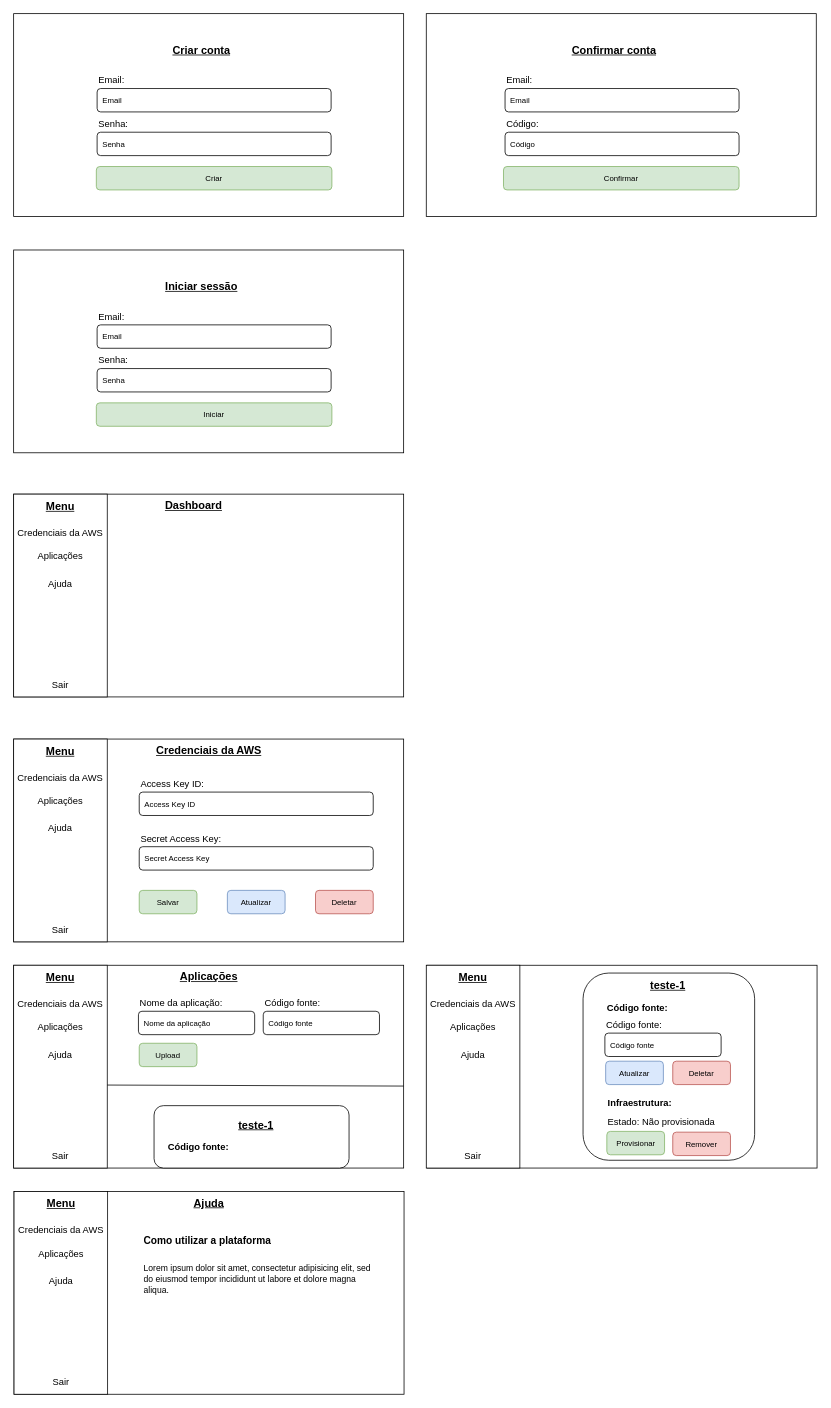
This is page "TES-Frontend-Pages" (2 of 2) of docs/tes-frontend.drawio from alvarengacarlos/TES-Test-Environment-Sector-Frontend, a draw.io file, before an edit. Source tidied: cells renumbered, new cells numbered last; positions are measured from the earlier drawing's top-left corner, leaving out a move shared by most shapes. Both pictures are drawn from the tidied source at 78%, with x=0, y=0 at pixel (13, 13).
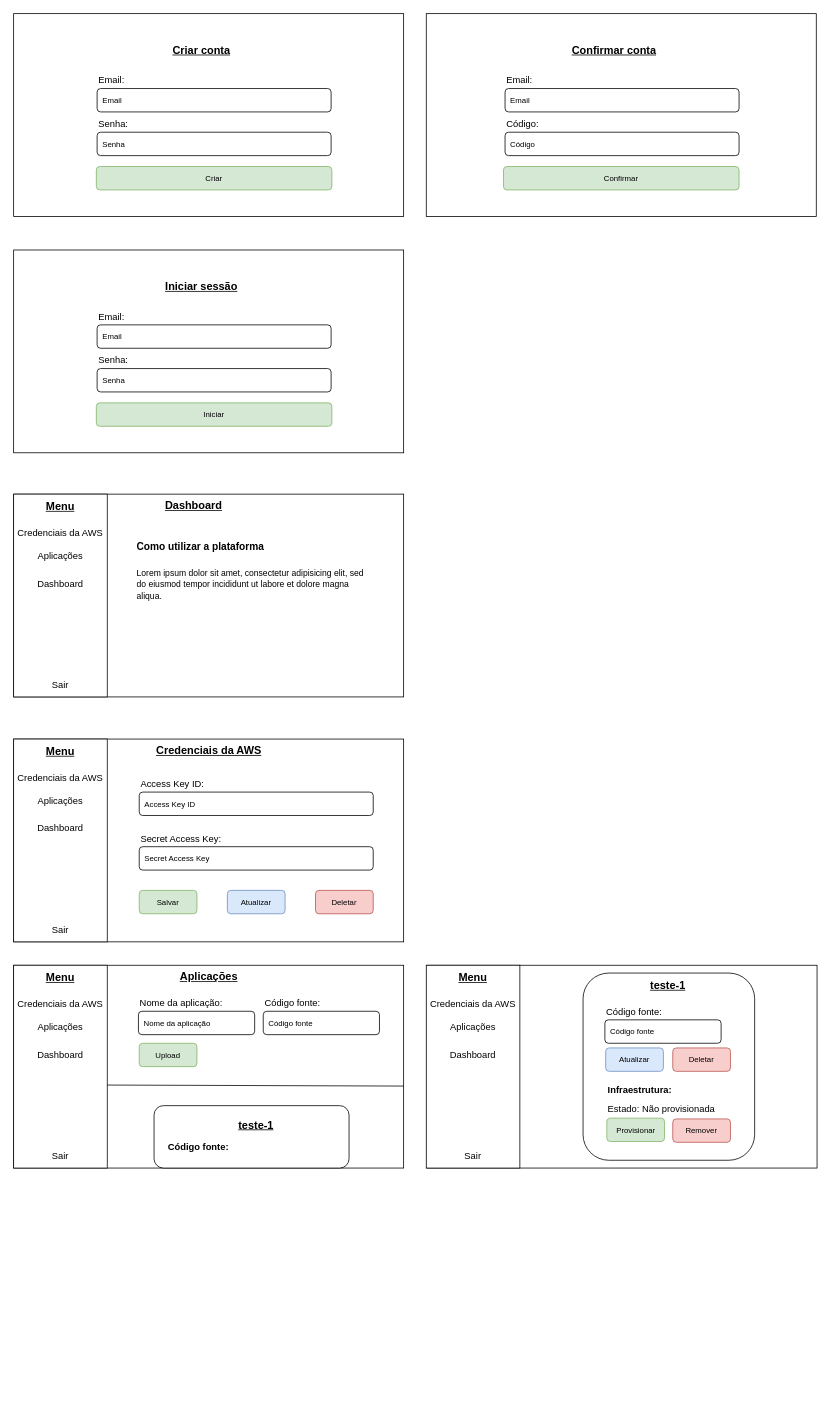
Above is the later version.

Change to the diagram source:
```diff
@@
     <mxCell id="19" value="Infraestrutura:" style="text;html=1;strokeColor=none;fillColor=none;align=left;verticalAlign=middle;whiteSpace=wrap;rounded=0;fontStyle=1;" parent="1" vertex="1">
-      <mxGeometry x="760" y="1382" width="95" height="29" as="geometry" />
+      <mxGeometry x="760" y="1365" width="95" height="29" as="geometry" />
     </mxCell>
     <mxCell id="20" value="Deletar" style="text;html=1;strokeColor=#b85450;fillColor=#f8cecc;align=center;verticalAlign=middle;whiteSpace=wrap;rounded=1;fontSize=10;" parent="1" vertex="1">
-      <mxGeometry x="845" y="1343" width="74" height="30" as="geometry" />
+      <mxGeometry x="845" y="1326" width="74" height="30" as="geometry" />
     </mxCell>
-    <mxCell id="21" value="Código fonte:" style="text;html=1;strokeColor=none;fillColor=none;align=left;verticalAlign=middle;whiteSpace=wrap;rounded=0;fontStyle=1;" parent="1" vertex="1">
-      <mxGeometry x="759" y="1265" width="95" height="20" as="geometry" />
-    </mxCell>
     <mxCell id="22" value="Provisionar" style="text;html=1;strokeColor=#82b366;fillColor=#d5e8d4;align=center;verticalAlign=middle;whiteSpace=wrap;rounded=1;fontSize=10;" parent="1" vertex="1">
-      <mxGeometry x="760.5" y="1433" width="74" height="30" as="geometry" />
+      <mxGeometry x="760.5" y="1416" width="74" height="30" as="geometry" />
     </mxCell>
     <mxCell id="23" value="Remover" style="text;html=1;strokeColor=#b85450;fillColor=#f8cecc;align=center;verticalAlign=middle;whiteSpace=wrap;rounded=1;fontSize=10;" parent="1" vertex="1">
-      <mxGeometry x="845" y="1434" width="74" height="30" as="geometry" />
+      <mxGeometry x="845" y="1417" width="74" height="30" as="geometry" />
     </mxCell>
     <mxCell id="24" value="Atualizar" style="text;html=1;strokeColor=#6c8ebf;fillColor=#dae8fc;align=center;verticalAlign=middle;whiteSpace=wrap;rounded=1;fontSize=10;" parent="1" vertex="1">
-      <mxGeometry x="759" y="1343" width="74" height="30" as="geometry" />
+      <mxGeometry x="759" y="1326" width="74" height="30" as="geometry" />
     </mxCell>
     <mxCell id="25" value="Estado: Não provisionada" style="text;html=1;strokeColor=none;fillColor=none;align=left;verticalAlign=middle;whiteSpace=wrap;rounded=0;" parent="1" vertex="1">
-      <mxGeometry x="759.5" y="1406" width="139.5" height="29" as="geometry" />
+      <mxGeometry x="759.5" y="1389" width="139.5" height="29" as="geometry" />
     </mxCell>
@@
     <mxCell id="55" value="&lt;font style=&quot;font-size: 10px;&quot;&gt;Código fonte&lt;/font&gt;" style="rounded=1;whiteSpace=wrap;html=1;align=left;spacingLeft=5;" parent="1" vertex="1">
-      <mxGeometry x="758" y="1307" width="149" height="30" as="geometry" />
+      <mxGeometry x="758" y="1290" width="149" height="30" as="geometry" />
     </mxCell>
     <mxCell id="56" value="Código fonte:" style="text;html=1;strokeColor=none;fillColor=none;align=left;verticalAlign=middle;whiteSpace=wrap;rounded=0;" parent="1" vertex="1">
-      <mxGeometry x="758" y="1287" width="110" height="20" as="geometry" />
+      <mxGeometry x="758" y="1270" width="110" height="20" as="geometry" />
     </mxCell>
-    <mxCell id="57" value="Ajuda" style="text;html=1;strokeColor=none;fillColor=none;align=center;verticalAlign=middle;whiteSpace=wrap;rounded=0;" parent="1" vertex="1">
+    <mxCell id="57" value="Dashboard" style="text;html=1;strokeColor=none;fillColor=none;align=center;verticalAlign=middle;whiteSpace=wrap;rounded=0;" parent="1" vertex="1">
       <mxGeometry y="1320" width="120" height="30" as="geometry" />
     </mxCell>
@@
-    <mxCell id="66" value="Ajuda" style="text;html=1;strokeColor=none;fillColor=none;align=center;verticalAlign=middle;whiteSpace=wrap;rounded=0;" parent="1" vertex="1">
+    <mxCell id="66" value="Dashboard" style="text;html=1;strokeColor=none;fillColor=none;align=center;verticalAlign=middle;whiteSpace=wrap;rounded=0;" parent="1" vertex="1">
       <mxGeometry x="529" y="1320" width="120" height="30" as="geometry" />
     </mxCell>
@@
-    <mxCell id="71" value="Ajuda" style="text;html=1;strokeColor=none;fillColor=none;align=center;verticalAlign=middle;whiteSpace=wrap;rounded=0;" parent="1" vertex="1">
+    <mxCell id="71" value="Dashboard" style="text;html=1;strokeColor=none;fillColor=none;align=center;verticalAlign=middle;whiteSpace=wrap;rounded=0;" parent="1" vertex="1">
       <mxGeometry y="1030" width="120" height="30" as="geometry" />
     </mxCell>
@@
-    <mxCell id="76" value="Ajuda" style="text;html=1;strokeColor=none;fillColor=none;align=center;verticalAlign=middle;whiteSpace=wrap;rounded=0;" parent="1" vertex="1">
+    <mxCell id="76" value="Dashboard" style="text;html=1;strokeColor=none;fillColor=none;align=center;verticalAlign=middle;whiteSpace=wrap;rounded=0;" parent="1" vertex="1">
       <mxGeometry y="716" width="120" height="30" as="geometry" />
     </mxCell>
-    <mxCell id="77" style="rounded=0;whiteSpace=wrap;html=1;" parent="1" vertex="1">
-      <mxGeometry x="0.5" y="1510" width="500" height="260" as="geometry" />
-    </mxCell>
-    <mxCell id="78" value="&lt;br&gt;&lt;br&gt;&lt;br&gt;&lt;br&gt;&lt;br&gt;&lt;br&gt;&lt;br&gt;&lt;br&gt;&lt;br&gt;&lt;br&gt;&lt;br&gt;&lt;br&gt;&lt;br&gt;&lt;br&gt;&lt;br&gt;&lt;br&gt;Sair" style="rounded=0;whiteSpace=wrap;html=1;" parent="1" vertex="1">
-      <mxGeometry x="0.5" y="1510" width="120" height="260" as="geometry" />
-    </mxCell>
-    <mxCell id="79" value="Menu" style="text;html=1;strokeColor=none;fillColor=none;align=center;verticalAlign=middle;whiteSpace=wrap;rounded=0;fontSize=14;fontStyle=5;" parent="1" vertex="1">
-      <mxGeometry x="0.5" y="1511" width="120" height="30" as="geometry" />
-    </mxCell>
-    <mxCell id="80" value="Credenciais da AWS" style="text;html=1;strokeColor=none;fillColor=none;align=center;verticalAlign=middle;whiteSpace=wrap;rounded=0;" parent="1" vertex="1">
-      <mxGeometry x="0.5" y="1545" width="120" height="30" as="geometry" />
-    </mxCell>
-    <mxCell id="81" value="Aplicações" style="text;html=1;strokeColor=none;fillColor=none;align=center;verticalAlign=middle;whiteSpace=wrap;rounded=0;" parent="1" vertex="1">
-      <mxGeometry x="0.5" y="1575" width="120" height="30" as="geometry" />
-    </mxCell>
-    <mxCell id="82" value="Ajuda" style="text;html=1;strokeColor=none;fillColor=none;align=center;verticalAlign=middle;whiteSpace=wrap;rounded=0;fontSize=14;fontStyle=5;" parent="1" vertex="1">
-      <mxGeometry x="161" y="1510" width="179" height="30" as="geometry" />
-    </mxCell>
-    <mxCell id="83" value="Ajuda" style="text;html=1;strokeColor=none;fillColor=none;align=center;verticalAlign=middle;whiteSpace=wrap;rounded=0;" parent="1" vertex="1">
-      <mxGeometry x="0.5" y="1610" width="120" height="30" as="geometry" />
-    </mxCell>
     <mxCell id="84" value="&lt;h1 style=&quot;&quot;&gt;&lt;font style=&quot;font-size: 13px;&quot;&gt;Como utilizar a plataforma&lt;/font&gt;&lt;/h1&gt;&lt;p style=&quot;&quot;&gt;&lt;font style=&quot;font-size: 11px;&quot;&gt;Lorem ipsum dolor sit amet, consectetur adipisicing elit, sed do eiusmod tempor incididunt ut labore et dolore magna aliqua.&lt;/font&gt;&lt;/p&gt;" style="text;html=1;strokeColor=none;fillColor=none;spacing=5;spacingTop=-20;whiteSpace=wrap;overflow=hidden;rounded=0;" parent="1" vertex="1">
-      <mxGeometry x="162" y="1550" width="308" height="190" as="geometry" />
+      <mxGeometry x="153" y="660" width="308" height="190" as="geometry" />
     </mxCell>
```
